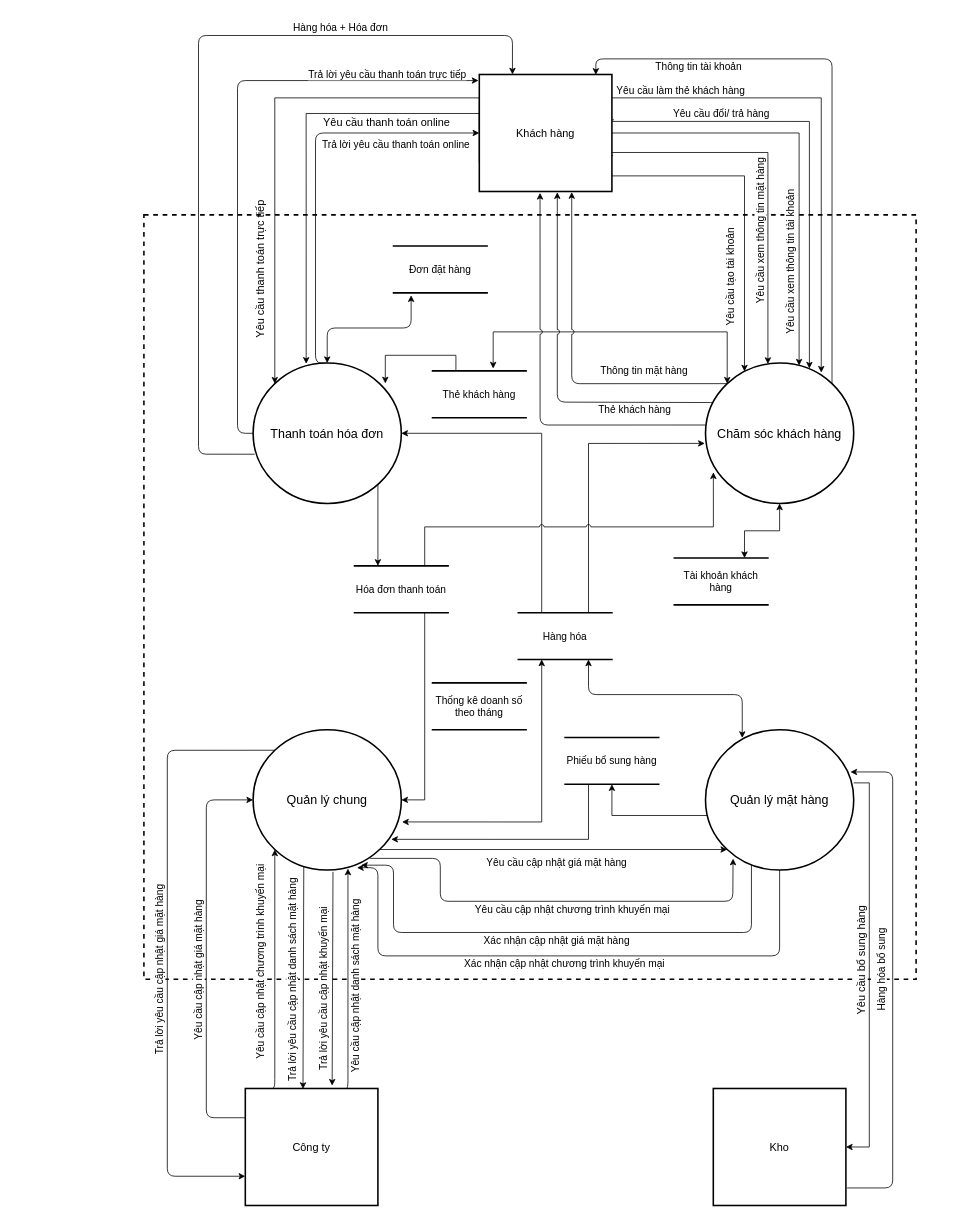
Before: Picture/DFDMucDinh.drawio in Chrome-VOX/Software-Engineering, a draw.io diagram. Source tidied: cells renumbered, new cells numbered last; positions are measured from the earlier drawing's top-left corner, leaving out a move shared by most shapes. Both pictures are drawn from the tidied source at 78%, with x=0, y=0 at pixel (144, 35).
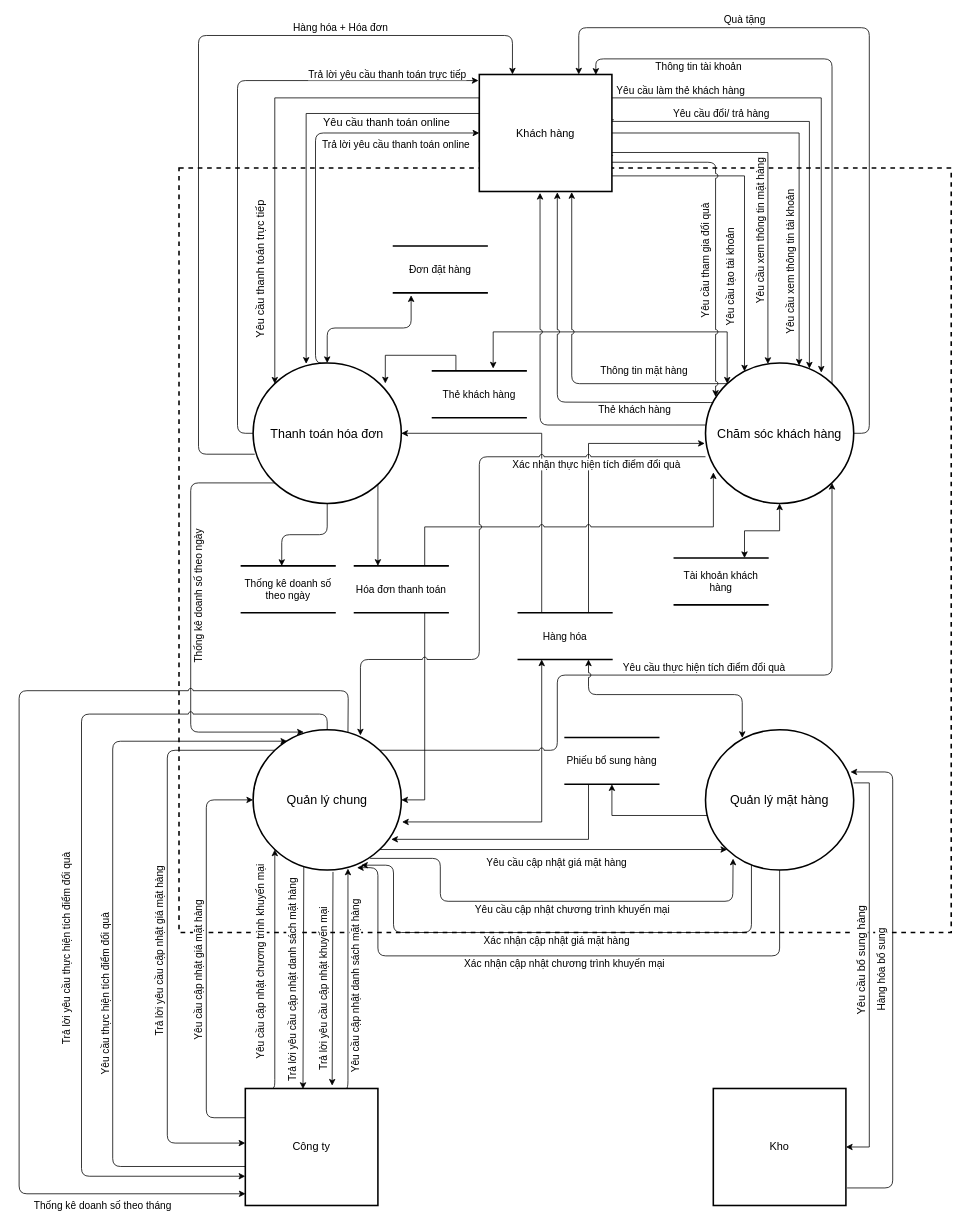
The same page after the edit.

Unchanged cells that the change refers to:
```xml
<mxCell id="9" value="Thanh toán hóa đơn" style="ellipse;whiteSpace=wrap;html=1;fontSize=16;strokeWidth=2;" parent="1" vertex="1">
  <mxGeometry x="140" y="420" width="190" height="180" as="geometry" />
</mxCell>
<mxCell id="16" value="Chăm sóc khách hàng" style="ellipse;whiteSpace=wrap;html=1;fontSize=16;strokeWidth=2;" parent="1" vertex="1">
  <mxGeometry x="720" y="420" width="190" height="180" as="geometry" />
</mxCell>
<mxCell id="26" value="Quản lý chung" style="ellipse;whiteSpace=wrap;html=1;fontSize=16;strokeWidth=2;" parent="1" vertex="1">
  <mxGeometry x="140" y="890" width="190" height="180" as="geometry" />
</mxCell>
<mxCell id="38" value="Khách hàng" style="rounded=0;whiteSpace=wrap;html=1;strokeWidth=2;fontSize=14;" parent="1" vertex="1">
  <mxGeometry x="430" y="50" width="170" height="150" as="geometry" />
</mxCell>
<mxCell id="48" value="Công ty" style="rounded=0;whiteSpace=wrap;html=1;strokeWidth=2;fontSize=14;" parent="1" vertex="1">
  <mxGeometry x="130" y="1350" width="170" height="150" as="geometry" />
</mxCell>
<mxCell id="51" value="Hóa đơn thanh toán" style="shape=partialRectangle;whiteSpace=wrap;html=1;left=0;right=0;fillColor=none;strokeWidth=2;fontSize=13;" parent="1" vertex="1">
  <mxGeometry x="270" y="680" width="120" height="60" as="geometry" />
</mxCell>
```

Diff of the diagram source:
```diff
@@
     <mxCell id="2" style="rounded=0;whiteSpace=wrap;html=1;strokeWidth=2;fontSize=13;dashed=1;" parent="1" vertex="1">
-      <mxGeometry y="230" width="990" height="980" as="geometry" />
+      <mxGeometry x="45" y="170" width="990" height="980" as="geometry" />
     </mxCell>
@@
+    <mxCell id="69" style="edgeStyle=orthogonalEdgeStyle;rounded=1;jumpStyle=arc;jumpSize=6;jettySize=auto;html=1;exitX=0.5;exitY=1;exitDx=0;exitDy=0;entryX=0.431;entryY=0.002;entryDx=0;entryDy=0;entryPerimeter=0;shadow=0;startArrow=none;startFill=0;targetPerimeterSpacing=0;strokeColor=#000000;fontSize=13;" parent="1" edge="1" source="9" target="68">
+      <mxGeometry relative="1" as="geometry" />
+    </mxCell>
+    <mxCell id="70" style="edgeStyle=orthogonalEdgeStyle;rounded=1;jumpStyle=arc;jumpSize=6;jettySize=auto;html=1;exitX=0;exitY=1;exitDx=0;exitDy=0;entryX=0.342;entryY=0.017;entryDx=0;entryDy=0;entryPerimeter=0;shadow=0;startArrow=none;startFill=0;targetPerimeterSpacing=0;strokeColor=#000000;fontSize=13;" parent="1" edge="1" source="9" target="26">
+      <mxGeometry relative="1" as="geometry">
+        <Array as="points">
+          <mxPoint x="60" y="574" />
+          <mxPoint x="60" y="893" />
+        </Array>
+      </mxGeometry>
+    </mxCell>
+    <mxCell id="71" value="Thống kê doanh số theo ngày" style="edgeLabel;html=1;align=center;verticalAlign=middle;fontSize=13;rotation=270;" parent="70" vertex="1">
+      <mxGeometry x="-0.24" y="-1" relative="1" as="geometry">
+        <mxPoint x="11" y="37.2" as="offset" />
+      </mxGeometry>
+    </mxCell>
@@
+    <mxCell id="72" value="Quà tặng" style="edgeStyle=orthogonalEdgeStyle;rounded=1;jumpStyle=arc;jumpSize=6;jettySize=auto;html=1;exitX=1;exitY=0.5;exitDx=0;exitDy=0;entryX=0.75;entryY=0;entryDx=0;entryDy=0;shadow=0;startArrow=none;startFill=0;targetPerimeterSpacing=0;strokeColor=#000000;fontSize=13;" parent="1" edge="1" source="16" target="38">
+      <mxGeometry x="0.44" y="-10" relative="1" as="geometry">
+        <Array as="points">
+          <mxPoint x="930" y="510" />
+          <mxPoint x="930" y="-10" />
+          <mxPoint x="558" y="-10" />
+        </Array>
+      </mxGeometry>
+    </mxCell>
@@
-    <mxCell id="24" style="edgeStyle=orthogonalEdgeStyle;rounded=1;jumpStyle=arc;jumpSize=6;jettySize=auto;html=1;exitX=0;exitY=0;exitDx=0;exitDy=0;entryX=0;entryY=0.75;entryDx=0;entryDy=0;shadow=0;startArrow=none;startFill=0;targetPerimeterSpacing=0;strokeColor=#000000;fontSize=13;" parent="1" edge="1" source="26" target="48">
+    <mxCell id="24" style="edgeStyle=orthogonalEdgeStyle;rounded=1;jumpStyle=arc;jumpSize=6;jettySize=auto;html=1;exitX=0;exitY=0;exitDx=0;exitDy=0;shadow=0;startArrow=none;startFill=0;targetPerimeterSpacing=0;strokeColor=#000000;fontSize=13;" parent="1" edge="1" source="26" target="48">
       <mxGeometry relative="1" as="geometry">
         <Array as="points">
           <mxPoint x="30" y="916" />
-          <mxPoint x="30" y="1463" />
+          <mxPoint x="30" y="1420" />
         </Array>
       </mxGeometry>
     </mxCell>
@@
+    <mxCell id="73" style="edgeStyle=orthogonalEdgeStyle;rounded=1;jumpStyle=arc;jumpSize=6;jettySize=auto;html=1;exitX=0.5;exitY=0;exitDx=0;exitDy=0;entryX=0;entryY=0.75;entryDx=0;entryDy=0;shadow=0;startArrow=none;startFill=0;targetPerimeterSpacing=0;strokeColor=#000000;fontSize=13;" parent="1" edge="1" source="26" target="48">
+      <mxGeometry relative="1" as="geometry">
+        <Array as="points">
+          <mxPoint x="235" y="870" />
+          <mxPoint x="-80" y="870" />
+          <mxPoint x="-80" y="1463" />
+        </Array>
+      </mxGeometry>
+    </mxCell>
+    <mxCell id="74" value="Trả lời yêu cầu thực hiện tích điểm đổi quà" style="edgeLabel;html=1;align=center;verticalAlign=middle;fontSize=13;rotation=270;" parent="73" vertex="1">
+      <mxGeometry x="0.05" y="4" relative="1" as="geometry">
+        <mxPoint x="-24" y="40" as="offset" />
+      </mxGeometry>
+    </mxCell>
+    <mxCell id="75" value="Yêu cầu thực hiện tích điểm đổi quà" style="edgeStyle=orthogonalEdgeStyle;rounded=1;jumpStyle=arc;jumpSize=6;jettySize=auto;html=1;exitX=1;exitY=0;exitDx=0;exitDy=0;entryX=1;entryY=1;entryDx=0;entryDy=0;shadow=0;startArrow=none;startFill=0;targetPerimeterSpacing=0;strokeColor=#000000;fontSize=13;" parent="1" edge="1" source="26" target="16">
+      <mxGeometry x="0.11" y="10" relative="1" as="geometry">
+        <Array as="points">
+          <mxPoint x="530" y="916" />
+          <mxPoint x="530" y="820" />
+          <mxPoint x="882" y="820" />
+        </Array>
+      </mxGeometry>
+    </mxCell>
@@
+    <mxCell id="76" style="edgeStyle=orthogonalEdgeStyle;rounded=1;jumpStyle=arc;jumpSize=6;jettySize=auto;html=1;exitX=1;exitY=0.75;exitDx=0;exitDy=0;entryX=0.068;entryY=0.24;entryDx=0;entryDy=0;entryPerimeter=0;shadow=0;startArrow=none;startFill=0;targetPerimeterSpacing=0;strokeColor=#000000;fontSize=13;" parent="1" edge="1" source="38" target="16">
+      <mxGeometry relative="1" as="geometry" />
+    </mxCell>
+    <mxCell id="77" value="Yêu cầu tham gia đổi quà" style="edgeLabel;html=1;align=center;verticalAlign=middle;fontSize=13;rotation=270;" parent="76" vertex="1">
+      <mxGeometry x="-0.17" y="3" relative="1" as="geometry">
+        <mxPoint x="-15.9" y="80.4" as="offset" />
+      </mxGeometry>
+    </mxCell>
@@
+    <mxCell id="78" style="edgeStyle=orthogonalEdgeStyle;rounded=1;jumpStyle=arc;jumpSize=6;jettySize=auto;html=1;entryX=0.23;entryY=0.082;entryDx=0;entryDy=0;entryPerimeter=0;shadow=0;startArrow=none;startFill=0;targetPerimeterSpacing=0;strokeColor=#000000;fontSize=13;" parent="1" edge="1" source="48" target="26">
+      <mxGeometry relative="1" as="geometry">
+        <Array as="points">
+          <mxPoint x="-40" y="1450" />
+          <mxPoint x="-40" y="905" />
+        </Array>
+      </mxGeometry>
+    </mxCell>
+    <mxCell id="79" value="Yêu cầu thực hiện tích điểm đổi quà" style="edgeLabel;html=1;align=center;verticalAlign=middle;fontSize=13;rotation=270;" parent="78" vertex="1">
+      <mxGeometry x="-0.17" relative="1" as="geometry">
+        <mxPoint x="-10" as="offset" />
+      </mxGeometry>
+    </mxCell>
@@
-    <mxCell id="50" style="edgeStyle=orthogonalEdgeStyle;rounded=0;jettySize=auto;html=1;exitX=0.75;exitY=1;exitDx=0;exitDy=0;entryX=1;entryY=0.5;entryDx=0;entryDy=0;fontSize=13;" parent="1" edge="1" source="51" target="26">
-      <mxGeometry relative="1" as="geometry" />
-    </mxCell>
@@
-    <mxCell id="68" value="Thống kê doanh số theo tháng" style="shape=partialRectangle;whiteSpace=wrap;html=1;left=0;right=0;fillColor=none;strokeWidth=2;fontSize=13;" parent="1" vertex="1">
-      <mxGeometry x="370" y="830" width="120" height="60" as="geometry" />
+    <mxCell id="68" value="Thống kê doanh số theo ngày" style="shape=partialRectangle;whiteSpace=wrap;html=1;left=0;right=0;fillColor=none;strokeWidth=2;fontSize=13;" parent="1" vertex="1">
+      <mxGeometry x="125" y="680" width="120" height="60" as="geometry" />
     </mxCell>
+    <mxCell id="50" style="edgeStyle=orthogonalEdgeStyle;rounded=0;jettySize=auto;html=1;exitX=0.75;exitY=1;exitDx=0;exitDy=0;entryX=1;entryY=0.5;entryDx=0;entryDy=0;fontSize=13;" parent="1" edge="1" source="51" target="26">
+      <mxGeometry relative="1" as="geometry" />
+    </mxCell>
+    <mxCell id="80" value="Xác nhận thực hiện tích điểm đổi quà" style="edgeStyle=orthogonalEdgeStyle;rounded=1;jumpStyle=arc;jumpSize=6;jettySize=auto;html=1;exitX=0;exitY=0.667;exitDx=0;exitDy=0;entryX=0.724;entryY=0.041;entryDx=0;entryDy=0;entryPerimeter=0;shadow=0;startArrow=none;startFill=0;targetPerimeterSpacing=0;strokeColor=#000000;fontSize=13;exitPerimeter=0;" parent="1" edge="1" source="16" target="26">
+      <mxGeometry x="-0.65" y="10" relative="1" as="geometry">
+        <Array as="points">
+          <mxPoint x="430" y="540" />
+          <mxPoint x="430" y="800" />
+          <mxPoint x="278" y="800" />
+        </Array>
+      </mxGeometry>
+    </mxCell>
+    <mxCell id="81" value="Thống kê doanh số theo tháng" style="endArrow=classic;html=1;shadow=0;strokeColor=#000000;fontSize=13;exitX=0.64;exitY=0.017;exitDx=0;exitDy=0;exitPerimeter=0;entryX=0.002;entryY=0.9;entryDx=0;entryDy=0;entryPerimeter=0;jumpStyle=arc;" parent="1" edge="1" source="26" target="48">
+      <mxGeometry x="0.74" y="-15" relative="1" as="geometry">
+        <Array as="points">
+          <mxPoint x="262" y="840" />
+          <mxPoint x="-160" y="840" />
+          <mxPoint x="-160" y="1485" />
+        </Array>
+      </mxGeometry>
+    </mxCell>
```
